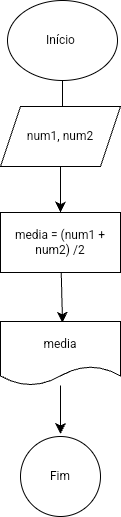
The draw.io diagram variaveiseoperadoresaritmeticos/Calculomedia.drawio.png in FlavioNoimEtec/PA_2025, before a commit. Source tidied: cells renumbered, new cells last; positions are measured from the earlier drawing's top-left corner, leaving out a move shared by most shapes. Source of this version:
```xml
<mxGraphModel>
  <root>
    <mxCell id="0" />
    <mxCell id="1" parent="0" />
    <mxCell id="2" style="edgeStyle=none;curved=1;rounded=0;jettySize=auto;html=1;fontSize=12;startSize=8;endSize=8;" parent="1" edge="1" source="3">
      <mxGeometry relative="1" as="geometry">
        <mxPoint x="62" y="140.7" as="targetPoint" />
      </mxGeometry>
    </mxCell>
    <mxCell id="3" value="Início&amp;nbsp;" style="ellipse;whiteSpace=wrap;html=1;" parent="1" vertex="1">
      <mxGeometry x="7" width="110" height="80" as="geometry" />
    </mxCell>
    <mxCell id="4" style="edgeStyle=none;curved=1;rounded=0;jettySize=auto;html=1;entryX=0.5;entryY=0;entryDx=0;entryDy=0;fontSize=12;startSize=8;endSize=8;" parent="1" edge="1" source="5" target="7">
      <mxGeometry relative="1" as="geometry" />
    </mxCell>
    <mxCell id="5" value="num1, num2" style="shape=parallelogram;perimeter=parallelogramPerimeter;whiteSpace=wrap;html=1;fixedSize=1;" parent="1" vertex="1">
      <mxGeometry y="106" width="120" height="60" as="geometry" />
    </mxCell>
    <mxCell id="6" style="edgeStyle=none;curved=1;rounded=0;jettySize=auto;html=1;fontSize=12;startSize=8;endSize=8;" parent="1" edge="1" source="7">
      <mxGeometry relative="1" as="geometry">
        <mxPoint x="62" y="322.2" as="targetPoint" />
      </mxGeometry>
    </mxCell>
    <mxCell id="7" value="media = (num1 + num2) /2" style="rounded=0;whiteSpace=wrap;html=1;" parent="1" vertex="1">
      <mxGeometry y="212" width="120" height="60" as="geometry" />
    </mxCell>
    <mxCell id="8" style="edgeStyle=none;curved=1;rounded=0;jettySize=auto;html=1;fontSize=12;startSize=8;endSize=8;" parent="1" edge="1" source="9">
      <mxGeometry relative="1" as="geometry">
        <mxPoint x="60" y="433.4" as="targetPoint" />
      </mxGeometry>
    </mxCell>
    <mxCell id="9" value="media" style="shape=document;whiteSpace=wrap;html=1;boundedLbl=1;" parent="1" vertex="1">
      <mxGeometry y="321" width="120" height="64" as="geometry" />
    </mxCell>
    <mxCell id="10" value="Fim" style="ellipse;whiteSpace=wrap;html=1;" parent="1" vertex="1">
      <mxGeometry x="20" y="436" width="80" height="80" as="geometry" />
    </mxCell>
  </root>
</mxGraphModel>
```
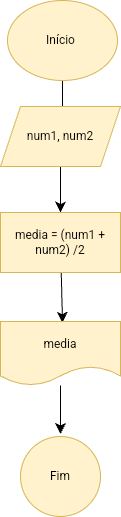
Later version of the same file.

What changed in the source:
```diff
@@ -7,13 +7,13 @@
         <mxPoint x="62" y="140.7" as="targetPoint" />
       </mxGeometry>
     </mxCell>
-    <mxCell id="3" value="Início&amp;nbsp;" style="ellipse;whiteSpace=wrap;html=1;" parent="1" vertex="1">
+    <mxCell id="3" value="Início&amp;nbsp;" style="ellipse;whiteSpace=wrap;html=1;fillColor=#fff2cc;strokeColor=#d6b656;" parent="1" vertex="1">
       <mxGeometry x="7" width="110" height="80" as="geometry" />
     </mxCell>
     <mxCell id="4" style="edgeStyle=none;curved=1;rounded=0;jettySize=auto;html=1;entryX=0.5;entryY=0;entryDx=0;entryDy=0;fontSize=12;startSize=8;endSize=8;" parent="1" edge="1" source="5" target="7">
       <mxGeometry relative="1" as="geometry" />
     </mxCell>
-    <mxCell id="5" value="num1, num2" style="shape=parallelogram;perimeter=parallelogramPerimeter;whiteSpace=wrap;html=1;fixedSize=1;" parent="1" vertex="1">
+    <mxCell id="5" value="num1, num2" style="shape=parallelogram;perimeter=parallelogramPerimeter;whiteSpace=wrap;html=1;fixedSize=1;fillColor=#fff2cc;strokeColor=#d6b656;" parent="1" vertex="1">
       <mxGeometry y="106" width="120" height="60" as="geometry" />
     </mxCell>
     <mxCell id="6" style="edgeStyle=none;curved=1;rounded=0;jettySize=auto;html=1;fontSize=12;startSize=8;endSize=8;" parent="1" edge="1" source="7">
@@ -21,7 +21,7 @@
         <mxPoint x="62" y="322.2" as="targetPoint" />
       </mxGeometry>
     </mxCell>
-    <mxCell id="7" value="media = (num1 + num2) /2" style="rounded=0;whiteSpace=wrap;html=1;" parent="1" vertex="1">
+    <mxCell id="7" value="media = (num1 + num2) /2" style="rounded=0;whiteSpace=wrap;html=1;fillColor=#fff2cc;strokeColor=#d6b656;" parent="1" vertex="1">
       <mxGeometry y="212" width="120" height="60" as="geometry" />
     </mxCell>
     <mxCell id="8" style="edgeStyle=none;curved=1;rounded=0;jettySize=auto;html=1;fontSize=12;startSize=8;endSize=8;" parent="1" edge="1" source="9">
@@ -29,10 +29,10 @@
         <mxPoint x="60" y="433.4" as="targetPoint" />
       </mxGeometry>
     </mxCell>
-    <mxCell id="9" value="media" style="shape=document;whiteSpace=wrap;html=1;boundedLbl=1;" parent="1" vertex="1">
+    <mxCell id="9" value="media" style="shape=document;whiteSpace=wrap;html=1;boundedLbl=1;fillColor=#fff2cc;strokeColor=#d6b656;" parent="1" vertex="1">
       <mxGeometry y="321" width="120" height="64" as="geometry" />
     </mxCell>
-    <mxCell id="10" value="Fim" style="ellipse;whiteSpace=wrap;html=1;" parent="1" vertex="1">
+    <mxCell id="10" value="Fim" style="ellipse;whiteSpace=wrap;html=1;fillColor=#fff2cc;strokeColor=#d6b656;" parent="1" vertex="1">
       <mxGeometry x="20" y="436" width="80" height="80" as="geometry" />
     </mxCell>
   </root>
```
